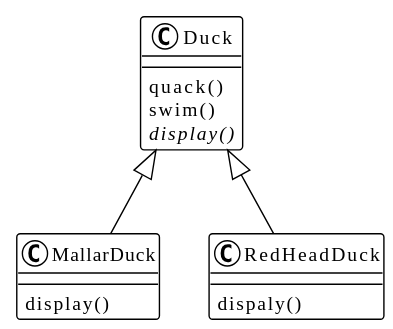
Before: src/chaptera/a/uml.svg, a diagram exported from PlantUML (chesterchenn/HFDP).
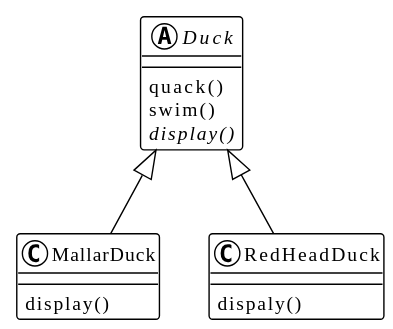
The same diagram one commit later.

What changed in the source:
```diff
@@ -3,14 +3,16 @@
 Duck <|-- MallarDuck
 Duck <|-- RedHeadDuck
 
-Class Duck {
+abstract class Duck {
   quack()
   swim()
   {abstract} display()
 }
+
 Class MallarDuck {
   display()
 }
+
 Class RedHeadDuck {
   dispaly()
 }
```
